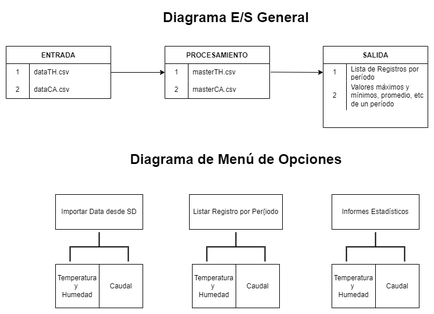
The draw.io diagram img/diag01.png in paulmdp/ProyectoFinalPyInicial, before a commit. Source tidied: cells renumbered, new cells last; positions are measured from the earlier drawing's top-left corner, leaving out a move shared by most shapes.
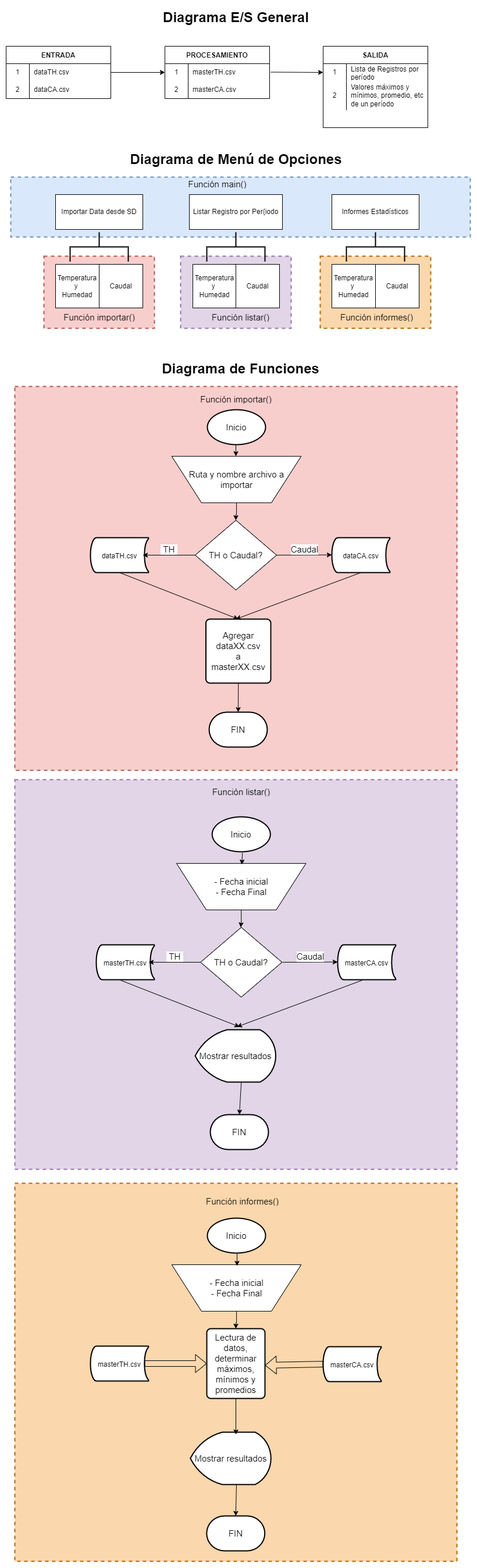
The same diagram one commit later.

Diff of the diagram source:
```diff
@@ -2,6 +2,18 @@
   <root>
     <mxCell id="0" />
     <mxCell id="1" parent="0" />
+    <mxCell id="39" style="rounded=0;whiteSpace=wrap;html=1;dashed=1;fillColor=#f8cecc;strokeColor=#b85450;strokeWidth=2;" parent="1" vertex="1">
+      <mxGeometry x="65" y="430" width="190" height="124" as="geometry" />
+    </mxCell>
+    <mxCell id="40" style="rounded=0;whiteSpace=wrap;html=1;dashed=1;fillColor=#e1d5e7;strokeColor=#9673a6;strokeWidth=2;" parent="1" vertex="1">
+      <mxGeometry x="300" y="430" width="190" height="124" as="geometry" />
+    </mxCell>
+    <mxCell id="41" style="rounded=0;whiteSpace=wrap;html=1;dashed=1;fillColor=#fad7ac;strokeColor=#b46504;strokeWidth=2;" parent="1" vertex="1">
+      <mxGeometry x="540" y="430" width="190" height="124" as="geometry" />
+    </mxCell>
+    <mxCell id="42" style="rounded=0;whiteSpace=wrap;html=1;dashed=1;fillColor=#dae8fc;strokeColor=#6c8ebf;strokeWidth=2;" parent="1" vertex="1">
+      <mxGeometry x="8" y="294" width="790" height="103" as="geometry" />
+    </mxCell>
     <mxCell id="2" value="Diagrama E/S General" style="text;strokeColor=none;fillColor=none;html=1;fontSize=24;fontStyle=1;verticalAlign=middle;align=center;" parent="1" vertex="1">
       <mxGeometry x="245" width="300" height="40" as="geometry" />
     </mxCell>
@@ -89,7 +101,7 @@
       <mxGeometry x="560" y="324" width="150" height="60" as="geometry" />
     </mxCell>
     <mxCell id="30" value="Temperatura y &lt;br&gt;Humedad" style="whiteSpace=wrap;html=1;" parent="1" vertex="1">
-      <mxGeometry x="320" y="444" width="75" height="75" as="geometry" />
+      <mxGeometry x="321" y="444" width="75" height="75" as="geometry" />
     </mxCell>
     <mxCell id="31" value="Caudal" style="whiteSpace=wrap;html=1;" parent="1" vertex="1">
       <mxGeometry x="395" y="444" width="75" height="75" as="geometry" />
@@ -115,5 +127,238 @@
     <mxCell id="38" style="strokeWidth=2;html=1;shape=mxgraph.flowchart.annotation_2;align=left;labelPosition=right;rotation=90;" parent="1" vertex="1">
       <mxGeometry x="610" y="364" width="50" height="100" as="geometry" />
     </mxCell>
+    <object id="43" label="Función main()" name="Variable" placeholders="1">
+      <mxCell style="text;html=1;strokeColor=none;fillColor=none;align=center;verticalAlign=middle;whiteSpace=wrap;overflow=hidden;fontSize=15;" parent="1" vertex="1">
+        <mxGeometry x="280.5" y="295" width="165" height="20" as="geometry" />
+      </mxCell>
+    </object>
+    <object id="44" label="Función listar()" name="Variable" placeholders="1">
+      <mxCell style="text;html=1;strokeColor=none;fillColor=none;align=center;verticalAlign=middle;whiteSpace=wrap;overflow=hidden;fontSize=15;" parent="1" vertex="1">
+        <mxGeometry x="330.5" y="524" width="145" height="20" as="geometry" />
+      </mxCell>
+    </object>
+    <object id="45" label="Función informes()" name="Variable" placeholders="1">
+      <mxCell style="text;html=1;strokeColor=none;fillColor=none;align=center;verticalAlign=middle;whiteSpace=wrap;overflow=hidden;fontSize=15;" parent="1" vertex="1">
+        <mxGeometry x="565" y="524" width="145" height="20" as="geometry" />
+      </mxCell>
+    </object>
+    <object id="46" label="Función importar()" name="Variable" placeholders="1">
+      <mxCell style="text;html=1;strokeColor=none;fillColor=none;align=center;verticalAlign=middle;whiteSpace=wrap;overflow=hidden;fontSize=15;" parent="1" vertex="1">
+        <mxGeometry x="87.5" y="524" width="145" height="20" as="geometry" />
+      </mxCell>
+    </object>
+    <mxCell id="47" style="rounded=0;whiteSpace=wrap;html=1;dashed=1;fillColor=#f8cecc;strokeColor=#b85450;strokeWidth=2;" parent="1" vertex="1">
+      <mxGeometry x="15" y="654" width="760" height="660" as="geometry" />
+    </mxCell>
+    <object id="48" label="Función importar()" name="Variable" placeholders="1">
+      <mxCell style="text;html=1;strokeColor=none;fillColor=none;align=center;verticalAlign=middle;whiteSpace=wrap;overflow=hidden;fontSize=15;" parent="1" vertex="1">
+        <mxGeometry x="322.5" y="665" width="145" height="20" as="geometry" />
+      </mxCell>
+    </object>
+    <mxCell id="49" style="rounded=0;whiteSpace=wrap;html=1;dashed=1;fillColor=#e1d5e7;strokeColor=#9673a6;strokeWidth=2;" parent="1" vertex="1">
+      <mxGeometry x="15" y="1330" width="760" height="670" as="geometry" />
+    </mxCell>
+    <object id="50" label="Función listar()" name="Variable" placeholders="1">
+      <mxCell style="text;html=1;strokeColor=none;fillColor=none;align=center;verticalAlign=middle;whiteSpace=wrap;overflow=hidden;fontSize=15;" parent="1" vertex="1">
+        <mxGeometry x="331.8" y="1340" width="145" height="20" as="geometry" />
+      </mxCell>
+    </object>
+    <mxCell id="51" style="rounded=0;whiteSpace=wrap;html=1;dashed=1;fillColor=#fad7ac;strokeColor=#b46504;strokeWidth=2;" parent="1" vertex="1">
+      <mxGeometry x="15" y="2024" width="760" height="650" as="geometry" />
+    </mxCell>
+    <object id="52" label="Función informes()" name="Variable" placeholders="1">
+      <mxCell style="text;html=1;strokeColor=none;fillColor=none;align=center;verticalAlign=middle;whiteSpace=wrap;overflow=hidden;fontSize=15;" parent="1" vertex="1">
+        <mxGeometry x="334.2" y="2044" width="145" height="20" as="geometry" />
+      </mxCell>
+    </object>
+    <mxCell id="53" value="Diagrama de Funciones" style="text;strokeColor=none;fillColor=none;html=1;fontSize=24;fontStyle=1;verticalAlign=middle;align=center;" parent="1" vertex="1">
+      <mxGeometry x="253" y="604" width="300" height="40" as="geometry" />
+    </mxCell>
+    <mxCell id="54" value="Inicio" style="strokeWidth=2;html=1;shape=mxgraph.flowchart.start_1;whiteSpace=wrap;fontSize=15;" parent="1" vertex="1">
+      <mxGeometry x="346" y="694" width="100" height="60" as="geometry" />
+    </mxCell>
+    <mxCell id="55" style="edgeStyle=orthogonalEdgeStyle;rounded=0;jettySize=auto;html=1;fontSize=15;" parent="1" edge="1" source="56" target="57">
+      <mxGeometry relative="1" as="geometry" />
+    </mxCell>
+    <mxCell id="56" value="Ruta y nombre archivo a importar" style="verticalLabelPosition=middle;verticalAlign=middle;html=1;shape=trapezoid;perimeter=trapezoidPerimeter;whiteSpace=wrap;size=0.23;arcSize=10;flipV=1;labelPosition=center;align=center;fontSize=15;" parent="1" vertex="1">
+      <mxGeometry x="284.8" y="774" width="222.5" height="80" as="geometry" />
+    </mxCell>
+    <mxCell id="57" value="TH o Caudal?" style="rhombus;whiteSpace=wrap;html=1;fontSize=15;arcSize=10;" parent="1" vertex="1">
+      <mxGeometry x="325" y="884" width="140" height="120" as="geometry" />
+    </mxCell>
+    <mxCell id="58" style="edgeStyle=orthogonalEdgeStyle;rounded=0;orthogonalLoop=1;jettySize=auto;html=1;fontSize=15;" parent="1" edge="1">
+      <mxGeometry relative="1" as="geometry">
+        <mxPoint x="396" y="754" as="sourcePoint" />
+        <mxPoint x="395" y="774" as="targetPoint" />
+      </mxGeometry>
+    </mxCell>
+    <mxCell id="59" value="&lt;span style=&quot;font-size: 12px; text-align: left;&quot;&gt;dataTH.csv&lt;/span&gt;" style="strokeWidth=2;html=1;shape=mxgraph.flowchart.stored_data;whiteSpace=wrap;fontSize=15;" parent="1" vertex="1">
+      <mxGeometry x="145" y="914" width="100" height="60" as="geometry" />
+    </mxCell>
+    <mxCell id="60" value="&lt;span style=&quot;font-size: 12px; text-align: left;&quot;&gt;dataCA.csv&lt;/span&gt;" style="strokeWidth=2;html=1;shape=mxgraph.flowchart.stored_data;whiteSpace=wrap;fontSize=15;" parent="1" vertex="1">
+      <mxGeometry x="560" y="914" width="100" height="60" as="geometry" />
+    </mxCell>
+    <mxCell id="61" style="endArrow=classic;html=1;rounded=0;fontSize=15;exitX=1;exitY=0.5;exitDx=0;exitDy=0;" parent="1" edge="1" source="57">
+      <mxGeometry relative="1" as="geometry">
+        <mxPoint x="560" y="943.6" as="targetPoint" />
+      </mxGeometry>
+    </mxCell>
+    <mxCell id="62" value="Caudal" style="edgeLabel;html=1;align=center;verticalAlign=middle;fontSize=15;" parent="61" vertex="1">
+      <mxGeometry relative="1" as="geometry">
+        <mxPoint y="-10" as="offset" />
+      </mxGeometry>
+    </mxCell>
+    <mxCell id="63" style="endArrow=classic;html=1;rounded=0;fontSize=15;" parent="1" edge="1">
+      <mxGeometry relative="1" as="geometry">
+        <mxPoint x="325" y="944" as="sourcePoint" />
+        <mxPoint x="235" y="944" as="targetPoint" />
+      </mxGeometry>
+    </mxCell>
+    <mxCell id="64" value="&amp;nbsp;TH&amp;nbsp;" style="edgeLabel;html=1;align=center;verticalAlign=middle;fontSize=15;" parent="63" vertex="1">
+      <mxGeometry relative="1" as="geometry">
+        <mxPoint y="-10" as="offset" />
+      </mxGeometry>
+    </mxCell>
+    <mxCell id="65" value="Agregar dataXX.csv&lt;br&gt;a&lt;br&gt;masterXX.csv" style="rounded=1;whiteSpace=wrap;html=1;absoluteArcSize=1;arcSize=14;strokeWidth=2;fontSize=15;" parent="1" vertex="1">
+      <mxGeometry x="343.5" y="1054" width="111.5" height="110" as="geometry" />
+    </mxCell>
+    <mxCell id="66" style="endArrow=classic;html=1;rounded=0;fontSize=15;exitX=0.5;exitY=1;exitDx=0;exitDy=0;exitPerimeter=0;entryX=0.5;entryY=0;entryDx=0;entryDy=0;" parent="1" edge="1" source="59" target="65">
+      <mxGeometry relative="1" as="geometry" />
+    </mxCell>
+    <mxCell id="67" style="endArrow=classic;html=1;rounded=0;fontSize=15;exitX=0.5;exitY=1;exitDx=0;exitDy=0;exitPerimeter=0;" parent="1" edge="1" source="60">
+      <mxGeometry relative="1" as="geometry">
+        <mxPoint x="395" y="1054" as="targetPoint" />
+      </mxGeometry>
+    </mxCell>
+    <mxCell id="68" value="FIN" style="strokeWidth=2;html=1;shape=mxgraph.flowchart.terminator;whiteSpace=wrap;fontSize=15;" parent="1" vertex="1">
+      <mxGeometry x="349" y="1214" width="100" height="60" as="geometry" />
+    </mxCell>
+    <mxCell id="69" style="endArrow=classic;html=1;rounded=0;fontSize=15;exitX=0.5;exitY=1;exitDx=0;exitDy=0;entryX=0.5;entryY=0;entryDx=0;entryDy=0;entryPerimeter=0;" parent="1" edge="1" source="65" target="68">
+      <mxGeometry relative="1" as="geometry" />
+    </mxCell>
+    <mxCell id="70" value="Inicio" style="strokeWidth=2;html=1;shape=mxgraph.flowchart.start_1;whiteSpace=wrap;fontSize=15;" parent="1" vertex="1">
+      <mxGeometry x="354.2" y="1394" width="100" height="60" as="geometry" />
+    </mxCell>
+    <mxCell id="71" style="edgeStyle=orthogonalEdgeStyle;rounded=0;jettySize=auto;html=1;fontSize=15;" parent="1" edge="1" source="72">
+      <mxGeometry relative="1" as="geometry">
+        <mxPoint x="403.2" y="1584" as="targetPoint" />
+      </mxGeometry>
+    </mxCell>
+    <mxCell id="72" value="- Fecha inicial&lt;br&gt;- Fecha Final" style="verticalLabelPosition=middle;verticalAlign=middle;html=1;shape=trapezoid;perimeter=trapezoidPerimeter;whiteSpace=wrap;size=0.23;arcSize=10;flipV=1;labelPosition=center;align=center;fontSize=15;" parent="1" vertex="1">
+      <mxGeometry x="293" y="1474" width="222.5" height="80" as="geometry" />
+    </mxCell>
+    <mxCell id="73" style="edgeStyle=orthogonalEdgeStyle;rounded=0;orthogonalLoop=1;jettySize=auto;html=1;fontSize=15;" parent="1" edge="1">
+      <mxGeometry relative="1" as="geometry">
+        <mxPoint x="406.3" y="1456" as="sourcePoint" />
+        <mxPoint x="405.2" y="1476" as="targetPoint" />
+      </mxGeometry>
+    </mxCell>
+    <mxCell id="74" value="&lt;span style=&quot;font-size: 12px; text-align: left;&quot;&gt;masterTH.csv&lt;/span&gt;" style="strokeWidth=2;html=1;shape=mxgraph.flowchart.stored_data;whiteSpace=wrap;fontSize=15;" parent="1" vertex="1">
+      <mxGeometry x="155" y="1614" width="100" height="60" as="geometry" />
+    </mxCell>
+    <mxCell id="75" value="&lt;span style=&quot;font-size: 12px; text-align: left;&quot;&gt;masterCA.csv&lt;/span&gt;" style="strokeWidth=2;html=1;shape=mxgraph.flowchart.stored_data;whiteSpace=wrap;fontSize=15;" parent="1" vertex="1">
+      <mxGeometry x="570" y="1614" width="100" height="60" as="geometry" />
+    </mxCell>
+    <mxCell id="76" style="endArrow=classic;html=1;rounded=0;fontSize=15;exitX=1;exitY=0.5;exitDx=0;exitDy=0;" parent="1" edge="1">
+      <mxGeometry relative="1" as="geometry">
+        <mxPoint x="475" y="1644" as="sourcePoint" />
+        <mxPoint x="570" y="1643.6" as="targetPoint" />
+      </mxGeometry>
+    </mxCell>
+    <mxCell id="77" value="Caudal" style="edgeLabel;html=1;align=center;verticalAlign=middle;fontSize=15;" parent="76" vertex="1">
+      <mxGeometry relative="1" as="geometry">
+        <mxPoint y="-10" as="offset" />
+      </mxGeometry>
+    </mxCell>
+    <mxCell id="78" style="endArrow=classic;html=1;rounded=0;fontSize=15;" parent="1" edge="1">
+      <mxGeometry relative="1" as="geometry">
+        <mxPoint x="335" y="1644" as="sourcePoint" />
+        <mxPoint x="245" y="1644" as="targetPoint" />
+      </mxGeometry>
+    </mxCell>
+    <mxCell id="79" value="&amp;nbsp;TH&amp;nbsp;" style="edgeLabel;html=1;align=center;verticalAlign=middle;fontSize=15;" parent="78" vertex="1">
+      <mxGeometry relative="1" as="geometry">
+        <mxPoint y="-10" as="offset" />
+      </mxGeometry>
+    </mxCell>
+    <mxCell id="80" value="TH o Caudal?" style="rhombus;whiteSpace=wrap;html=1;fontSize=15;arcSize=10;" parent="1" vertex="1">
+      <mxGeometry x="334.2" y="1584" width="140" height="120" as="geometry" />
+    </mxCell>
+    <mxCell id="81" style="endArrow=classic;html=1;rounded=0;fontSize=15;exitX=0.5;exitY=1;exitDx=0;exitDy=0;exitPerimeter=0;entryX=0.5;entryY=0;entryDx=0;entryDy=0;" parent="1" edge="1">
+      <mxGeometry relative="1" as="geometry">
+        <mxPoint x="197" y="1675" as="sourcePoint" />
+        <mxPoint x="401.2" y="1755" as="targetPoint" />
+      </mxGeometry>
+    </mxCell>
+    <mxCell id="82" style="endArrow=classic;html=1;rounded=0;fontSize=15;exitX=0.5;exitY=1;exitDx=0;exitDy=0;exitPerimeter=0;" parent="1" edge="1">
+      <mxGeometry relative="1" as="geometry">
+        <mxPoint x="612" y="1675" as="sourcePoint" />
+        <mxPoint x="397" y="1755" as="targetPoint" />
+      </mxGeometry>
+    </mxCell>
+    <mxCell id="83" value="FIN" style="strokeWidth=2;html=1;shape=mxgraph.flowchart.terminator;whiteSpace=wrap;fontSize=15;" parent="1" vertex="1">
+      <mxGeometry x="351" y="1906" width="100" height="60" as="geometry" />
+    </mxCell>
+    <mxCell id="84" style="endArrow=classic;html=1;rounded=0;fontSize=15;entryX=0.5;entryY=0;entryDx=0;entryDy=0;entryPerimeter=0;" parent="1" edge="1" target="83">
+      <mxGeometry relative="1" as="geometry">
+        <mxPoint x="404.2" y="1851" as="sourcePoint" />
+      </mxGeometry>
+    </mxCell>
+    <mxCell id="85" value="Mostrar resultados" style="strokeWidth=2;html=1;shape=mxgraph.flowchart.display;whiteSpace=wrap;fontSize=15;" parent="1" vertex="1">
+      <mxGeometry x="325" y="1760" width="138.5" height="90" as="geometry" />
+    </mxCell>
+    <mxCell id="86" value="Inicio" style="strokeWidth=2;html=1;shape=mxgraph.flowchart.start_1;whiteSpace=wrap;fontSize=15;" parent="1" vertex="1">
+      <mxGeometry x="346" y="2084" width="100" height="60" as="geometry" />
+    </mxCell>
+    <mxCell id="87" style="edgeStyle=orthogonalEdgeStyle;rounded=0;jettySize=auto;html=1;fontSize=15;" parent="1" edge="1" source="88">
+      <mxGeometry relative="1" as="geometry">
+        <mxPoint x="395" y="2274" as="targetPoint" />
+      </mxGeometry>
+    </mxCell>
+    <mxCell id="88" value="- Fecha inicial&lt;br&gt;- Fecha Final" style="verticalLabelPosition=middle;verticalAlign=middle;html=1;shape=trapezoid;perimeter=trapezoidPerimeter;whiteSpace=wrap;size=0.23;arcSize=10;flipV=1;labelPosition=center;align=center;fontSize=15;" parent="1" vertex="1">
+      <mxGeometry x="284.8" y="2164" width="222.5" height="80" as="geometry" />
+    </mxCell>
+    <mxCell id="89" style="edgeStyle=orthogonalEdgeStyle;rounded=0;orthogonalLoop=1;jettySize=auto;html=1;fontSize=15;" parent="1" edge="1">
+      <mxGeometry relative="1" as="geometry">
+        <mxPoint x="398" y="2146" as="sourcePoint" />
+        <mxPoint x="397" y="2166" as="targetPoint" />
+      </mxGeometry>
+    </mxCell>
+    <mxCell id="90" value="&lt;span style=&quot;font-size: 12px; text-align: left;&quot;&gt;masterTH.csv&lt;/span&gt;" style="strokeWidth=2;html=1;shape=mxgraph.flowchart.stored_data;whiteSpace=wrap;fontSize=15;" parent="1" vertex="1">
+      <mxGeometry x="145" y="2304" width="100" height="60" as="geometry" />
+    </mxCell>
+    <mxCell id="91" value="&lt;span style=&quot;font-size: 12px; text-align: left;&quot;&gt;masterCA.csv&lt;/span&gt;" style="strokeWidth=2;html=1;shape=mxgraph.flowchart.stored_data;whiteSpace=wrap;fontSize=15;" parent="1" vertex="1">
+      <mxGeometry x="545" y="2305" width="100" height="60" as="geometry" />
+    </mxCell>
+    <mxCell id="92" value="FIN" style="strokeWidth=2;html=1;shape=mxgraph.flowchart.terminator;whiteSpace=wrap;fontSize=15;" parent="1" vertex="1">
+      <mxGeometry x="344.8" y="2596" width="100" height="60" as="geometry" />
+    </mxCell>
+    <mxCell id="93" style="endArrow=classic;html=1;rounded=0;fontSize=15;entryX=0.5;entryY=0;entryDx=0;entryDy=0;entryPerimeter=0;" parent="1" edge="1" target="92">
+      <mxGeometry relative="1" as="geometry">
+        <mxPoint x="396" y="2541" as="sourcePoint" />
+      </mxGeometry>
+    </mxCell>
+    <mxCell id="94" value="Mostrar resultados" style="strokeWidth=2;html=1;shape=mxgraph.flowchart.display;whiteSpace=wrap;fontSize=15;" parent="1" vertex="1">
+      <mxGeometry x="316.8" y="2452" width="138.5" height="90" as="geometry" />
+    </mxCell>
+    <mxCell id="95" value="Lectura de datos, determinar máximos, mínimos y promedios" style="rounded=1;whiteSpace=wrap;html=1;absoluteArcSize=1;arcSize=14;strokeWidth=2;fontSize=15;" parent="1" vertex="1">
+      <mxGeometry x="345" y="2274" width="100" height="120" as="geometry" />
+    </mxCell>
+    <mxCell id="96" style="shape=flexArrow;endArrow=classic;html=1;rounded=0;fontSize=15;exitX=0.93;exitY=0.5;exitDx=0;exitDy=0;exitPerimeter=0;" parent="1" edge="1" source="90">
+      <mxGeometry relative="1" as="geometry">
+        <mxPoint x="345" y="2334" as="targetPoint" />
+      </mxGeometry>
+    </mxCell>
+    <mxCell id="97" style="shape=flexArrow;endArrow=classic;html=1;rounded=0;fontSize=15;exitX=0;exitY=0.5;exitDx=0;exitDy=0;exitPerimeter=0;entryX=1;entryY=0.6;entryDx=0;entryDy=0;entryPerimeter=0;" parent="1" edge="1" source="91">
+      <mxGeometry relative="1" as="geometry">
+        <mxPoint x="445" y="2337" as="targetPoint" />
+      </mxGeometry>
+    </mxCell>
+    <mxCell id="98" style="edgeStyle=orthogonalEdgeStyle;rounded=0;orthogonalLoop=1;jettySize=auto;html=1;exitX=0.5;exitY=1;exitDx=0;exitDy=0;exitPerimeter=0;fontSize=15;" parent="1" edge="1" source="90" target="90">
+      <mxGeometry relative="1" as="geometry" />
+    </mxCell>
+    <mxCell id="99" style="endArrow=classic;html=1;rounded=0;fontSize=15;exitX=0.5;exitY=1;exitDx=0;exitDy=0;entryX=0.565;entryY=0.044;entryDx=0;entryDy=0;entryPerimeter=0;" parent="1" edge="1" source="95" target="94">
+      <mxGeometry relative="1" as="geometry" />
+    </mxCell>
   </root>
 </mxGraphModel>
```
